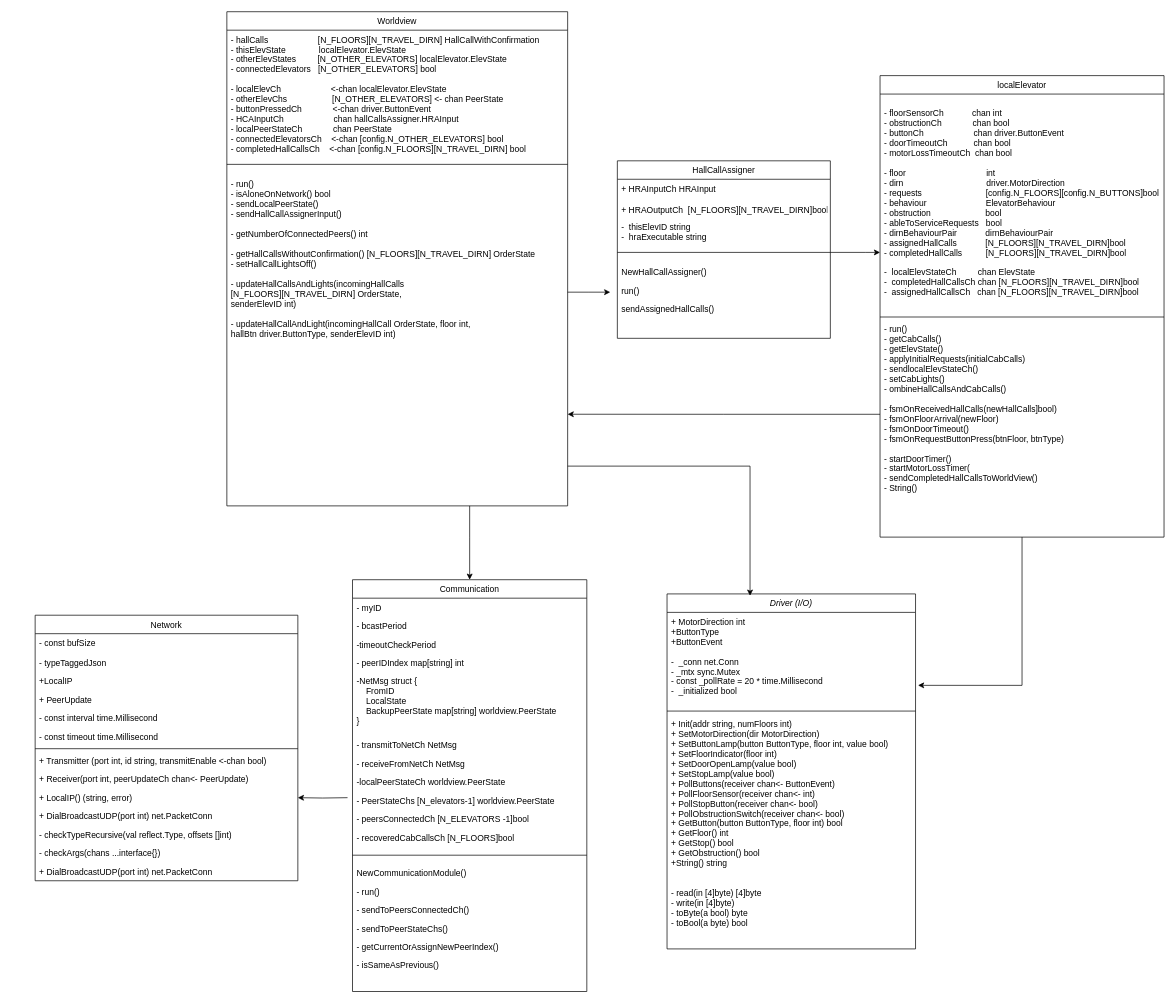
This is Diagrammer/final_class_diagram.drawio from MathiasSagerup/Sanntid, a draw.io file, before an edit. Source tidied: cells renumbered, new cells numbered last; positions are measured from the earlier drawing's top-left corner, leaving out a move shared by most shapes. Both pictures are drawn from the tidied source at 71%, with x=0, y=0 at pixel (35, 11).
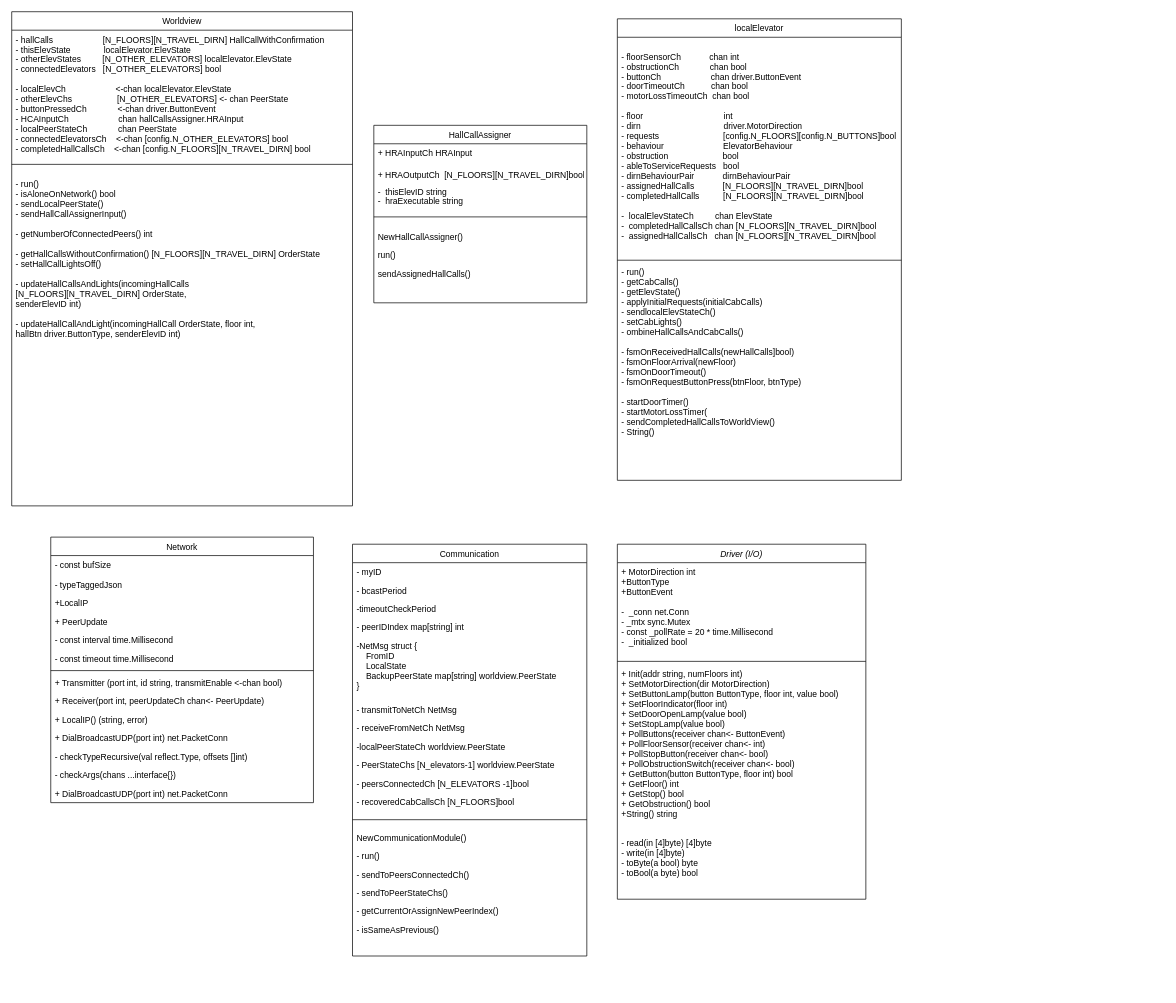
After the change.

Unchanged cells that the change refers to:
```xml
<mxCell id="3" value="+ MotorDirection int&#10;+ButtonType&#10;+ButtonEvent&#10;&#10;-  _conn net.Conn&#10;- _mtx sync.Mutex&#10;- const _pollRate = 20 * time.Millisecond&#10;-  _initialized bool" style="text;align=left;verticalAlign=top;spacingLeft=4;spacingRight=4;overflow=hidden;points=[[0,0.5],[1,0.5]];portConstraint=eastwest;" parent="2" vertex="1">
  <mxGeometry y="26" width="350" height="134" as="geometry" />
</mxCell>
<mxCell id="7" value="&#10;- floorSensorCh            chan int&#10;- obstructionCh             chan bool&#10;- buttonCh                     chan driver.ButtonEvent&#10;- doorTimeoutCh           chan bool&#10;- motorLossTimeoutCh  chan bool&#10;&#10;- floor                                  int&#10;- dirn                                   driver.MotorDirection&#10;- requests                           [config.N_FLOORS][config.N_BUTTONS]bool&#10;- behaviour                         ElevatorBehaviour&#10;- obstruction                       bool&#10;- ableToServiceRequests   bool&#10;- dirnBehaviourPair            dirnBehaviourPair&#10;- assignedHallCalls            [N_FLOORS][N_TRAVEL_DIRN]bool&#10;- completedHallCalls          [N_FLOORS][N_TRAVEL_DIRN]bool&#10;    &#10;-  localElevStateCh         chan ElevState&#10;-  completedHallCallsCh chan [N_FLOORS][N_TRAVEL_DIRN]bool&#10;-  assignedHallCallsCh   chan [N_FLOORS][N_TRAVEL_DIRN]bool" style="text;align=left;verticalAlign=top;spacingLeft=4;spacingRight=4;overflow=hidden;points=[[0,0.5],[1,0.5]];portConstraint=eastwest;rounded=0;shadow=0;html=0;" parent="6" vertex="1">
  <mxGeometry y="26" width="400" height="310" as="geometry" />
</mxCell>
<mxCell id="9" value="- run()&#10;- getCabCalls()&#10;- getElevState()&#10;- applyInitialRequests(initialCabCalls)&#10;- sendlocalElevStateCh()&#10;- setCabLights()&#10;- ombineHallCallsAndCabCalls()&#10;&#10;- fsmOnReceivedHallCalls(newHallCalls]bool)&#10;- fsmOnFloorArrival(newFloor)&#10;- fsmOnDoorTimeout()&#10;- fsmOnRequestButtonPress(btnFloor, btnType)&#10;&#10;- startDoorTimer()&#10;- startMotorLossTimer(&#10;- sendCompletedHallCallsToWorldView()&#10;- String()&#10;&#10;&#10;" style="text;align=left;verticalAlign=top;spacingLeft=4;spacingRight=4;overflow=hidden;points=[[0,0.5],[1,0.5]];portConstraint=eastwest;rounded=0;shadow=0;html=0;" parent="6" vertex="1">
  <mxGeometry y="344" width="400" height="266" as="geometry" />
</mxCell>
<mxCell id="33" value="- run()&#10;- isAloneOnNetwork() bool&#10;- sendLocalPeerState()&#10;- sendHallCallAssignerInput()&#10;&#10;- getNumberOfConnectedPeers() int&#10;&#10;- getHallCallsWithoutConfirmation() [N_FLOORS][N_TRAVEL_DIRN] OrderState&#10;- setHallCallLightsOff()&#10;&#10;- updateHallCallsAndLights(incomingHallCalls &#10;[N_FLOORS][N_TRAVEL_DIRN] OrderState, &#10;senderElevID int)&#10;&#10;- updateHallCallAndLight(incomingHallCall OrderState, floor int, &#10;hallBtn driver.ButtonType, senderElevID int)&#10;&#10;" style="text;align=left;verticalAlign=top;spacingLeft=4;spacingRight=4;overflow=hidden;points=[[0,0.5],[1,0.5]];portConstraint=eastwest;rounded=0;shadow=0;html=0;" parent="30" vertex="1">
  <mxGeometry y="230" width="480" height="330" as="geometry" />
</mxCell>
<mxCell id="38" style="line;html=1;strokeWidth=1;align=left;verticalAlign=middle;spacingTop=-1;spacingLeft=3;spacingRight=3;labelPosition=right;points=[];portConstraint=eastwest;" parent="34" vertex="1">
  <mxGeometry y="114" width="300" height="30" as="geometry" />
</mxCell>
<mxCell id="52" value="+ LocalIP() (string, error)" style="text;align=left;verticalAlign=top;spacingLeft=4;spacingRight=4;overflow=hidden;points=[[0,0.5],[1,0.5]];portConstraint=eastwest;rounded=0;shadow=0;html=0;" parent="42" vertex="1">
  <mxGeometry y="244" width="370" height="26" as="geometry" />
</mxCell>
```

What changed in the source:
```diff
@@
     <mxCell id="2" value="Driver (I/O)" style="swimlane;fontStyle=2;align=center;verticalAlign=top;horizontal=1;startSize=26;rounded=0;shadow=0;strokeWidth=1;" parent="1" vertex="1">
-      <mxGeometry x="890" y="820" width="350" height="500" as="geometry" />
+      <mxGeometry x="820" y="750" width="350" height="500" as="geometry" />
     </mxCell>
@@
     <mxCell id="6" value="localElevator" style="swimlane;fontStyle=0;align=center;verticalAlign=top;horizontal=1;startSize=26;rounded=0;shadow=0;strokeWidth=1;" parent="1" vertex="1">
-      <mxGeometry x="1190" y="90" width="400" height="650" as="geometry" />
+      <mxGeometry x="820" y="10" width="400" height="650" as="geometry" />
     </mxCell>
@@
     <mxCell id="10" value="Communication" style="swimlane;fontStyle=0;align=center;verticalAlign=top;horizontal=1;startSize=26;rounded=0;shadow=0;strokeWidth=1;" parent="1" vertex="1">
-      <mxGeometry x="447" y="800" width="330" height="580" as="geometry" />
+      <mxGeometry x="447" y="750" width="330" height="580" as="geometry" />
     </mxCell>
@@
-    <mxCell id="29" style="edgeStyle=orthogonalEdgeStyle;rounded=0;jettySize=auto;html=1;entryX=0.5;entryY=0;entryDx=0;entryDy=0;" parent="1" edge="1" source="30" target="10">
-      <mxGeometry relative="1" as="geometry">
-        <Array as="points">
-          <mxPoint x="612" y="740" />
-          <mxPoint x="612" y="740" />
-        </Array>
-      </mxGeometry>
-    </mxCell>
     <mxCell id="30" value="Worldview" style="swimlane;fontStyle=0;align=center;verticalAlign=top;horizontal=1;startSize=26;rounded=0;shadow=0;strokeWidth=1;" parent="1" vertex="1">
-      <mxGeometry x="270" width="480" height="696" as="geometry" />
+      <mxGeometry x="-33" width="480" height="696" as="geometry" />
     </mxCell>
@@
     <mxCell id="34" value="HallCallAssigner" style="swimlane;fontStyle=0;align=center;verticalAlign=top;horizontal=1;startSize=26;rounded=0;shadow=0;strokeWidth=1;" parent="1" vertex="1">
-      <mxGeometry x="820" y="210" width="300" height="250" as="geometry" />
+      <mxGeometry x="477" y="160" width="300" height="250" as="geometry" />
     </mxCell>
@@
     <mxCell id="42" value="Network" style="swimlane;fontStyle=0;align=center;verticalAlign=top;horizontal=1;startSize=26;rounded=0;shadow=0;strokeWidth=1;" parent="1" vertex="1">
-      <mxGeometry y="850" width="370" height="374" as="geometry" />
+      <mxGeometry x="22" y="740" width="370" height="374" as="geometry" />
     </mxCell>
@@
-    <mxCell id="57" style="edgeStyle=orthogonalEdgeStyle;rounded=0;jettySize=auto;html=1;entryX=1;entryY=1.021;entryDx=0;entryDy=0;entryPerimeter=0;" parent="1" edge="1" source="9" target="33">
-      <mxGeometry relative="1" as="geometry" />
-    </mxCell>
-    <mxCell id="58" style="edgeStyle=orthogonalEdgeStyle;rounded=0;jettySize=auto;html=1;" parent="1" edge="1" target="52">
-      <mxGeometry relative="1" as="geometry">
-        <mxPoint x="440" y="1107" as="sourcePoint" />
-      </mxGeometry>
-    </mxCell>
-    <mxCell id="59" style="edgeStyle=orthogonalEdgeStyle;rounded=0;jettySize=auto;html=1;entryX=1.01;entryY=0.767;entryDx=0;entryDy=0;entryPerimeter=0;" parent="1" edge="1" source="6" target="3">
-      <mxGeometry relative="1" as="geometry" />
-    </mxCell>
-    <mxCell id="60" style="edgeStyle=orthogonalEdgeStyle;rounded=0;jettySize=auto;html=1;entryX=0.334;entryY=0.005;entryDx=0;entryDy=0;entryPerimeter=0;" parent="1" edge="1" source="30" target="2">
-      <mxGeometry relative="1" as="geometry">
-        <Array as="points">
-          <mxPoint x="1007" y="640" />
-        </Array>
-      </mxGeometry>
-    </mxCell>
-    <mxCell id="61" style="edgeStyle=orthogonalEdgeStyle;rounded=0;jettySize=auto;html=1;" parent="1" edge="1" source="38" target="7">
-      <mxGeometry relative="1" as="geometry">
-        <Array as="points">
-          <mxPoint x="1170" y="339" />
-          <mxPoint x="1170" y="339" />
-        </Array>
-      </mxGeometry>
-    </mxCell>
-    <mxCell id="62" style="edgeStyle=orthogonalEdgeStyle;rounded=0;jettySize=auto;html=1;" parent="1" edge="1" source="33">
-      <mxGeometry relative="1" as="geometry">
-        <mxPoint x="810" y="395" as="targetPoint" />
-      </mxGeometry>
-    </mxCell>
```
